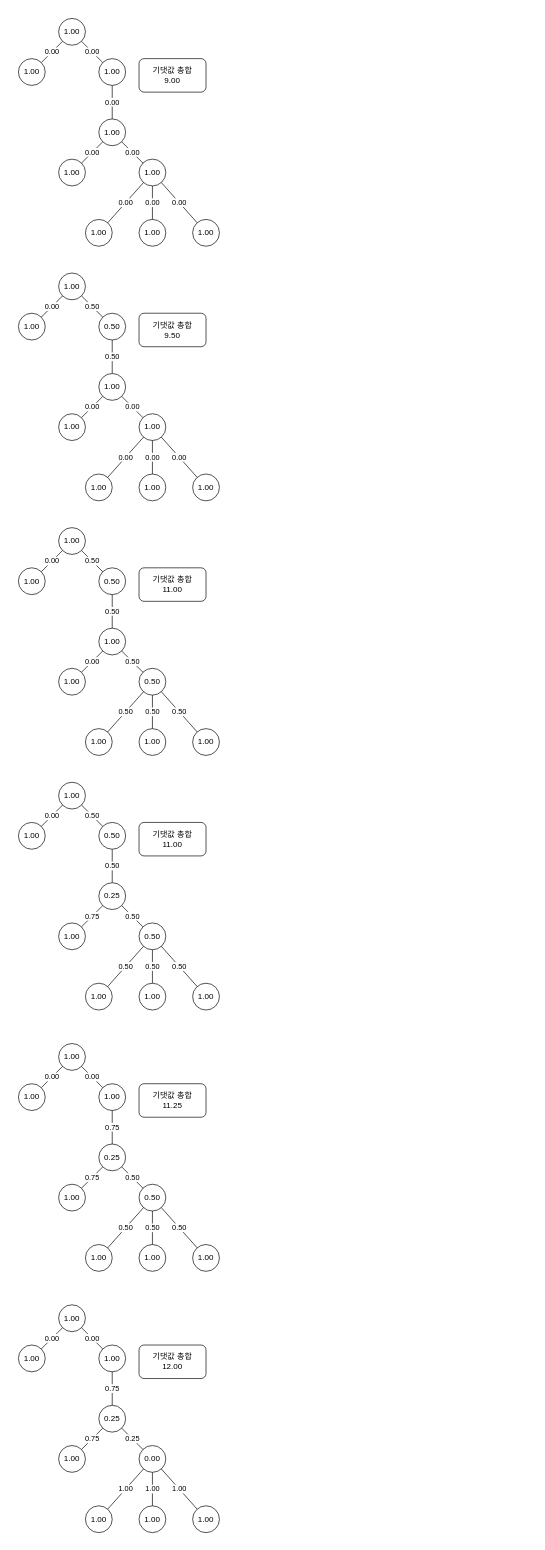
This is 2024_BOJ/drawio/25489.drawio from celbeing/PS_STUDY, a draw.io file, before an edit. Source tidied: cells renumbered, new cells numbered last; positions are measured from the earlier drawing's top-left corner, leaving out a move shared by most shapes. Both pictures are drawn from the tidied source at 67%, with x=0, y=0 at pixel (11, 11).
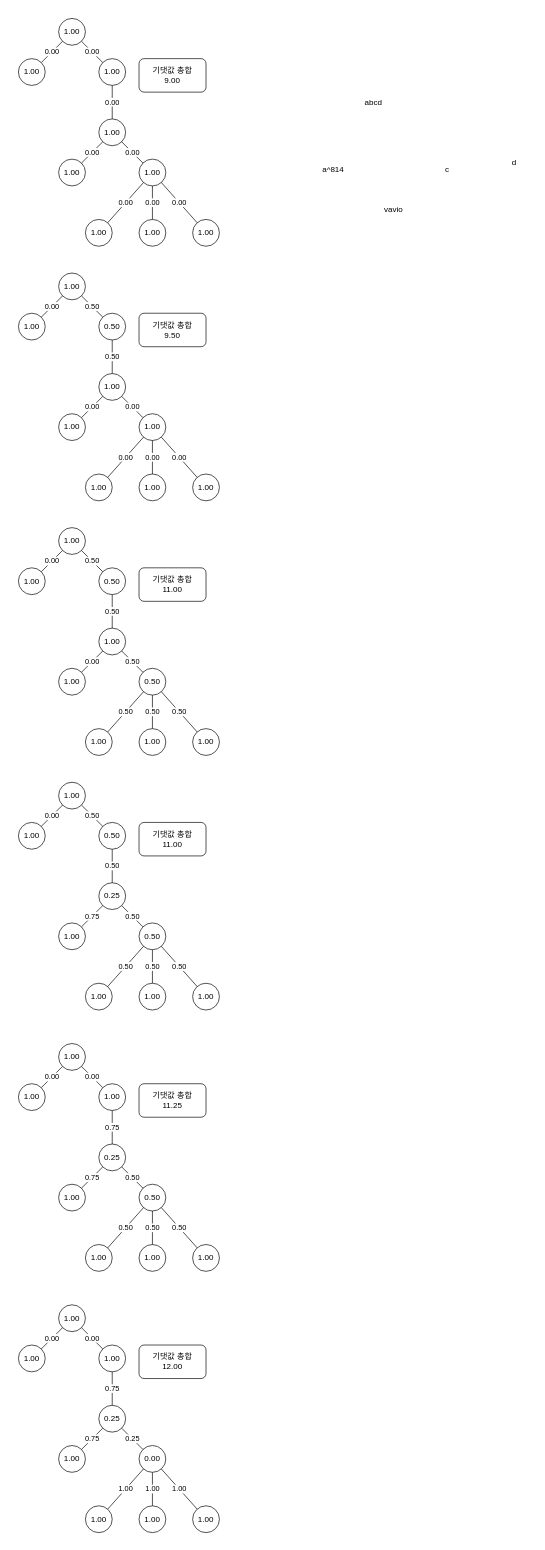
After the change.

Diff of the diagram source:
```diff
@@
+    <mxCell id="128" value="abcd" style="text;html=1;align=center;verticalAlign=middle;whiteSpace=wrap;rounded=0;" parent="1" vertex="1">
+      <mxGeometry x="510" y="120" width="60" height="30" as="geometry" />
+    </mxCell>
+    <mxCell id="129" value="vavio" style="text;html=1;align=center;verticalAlign=middle;whiteSpace=wrap;rounded=0;" parent="1" vertex="1">
+      <mxGeometry x="540" y="280" width="60" height="30" as="geometry" />
+    </mxCell>
+    <mxCell id="130" value="a^814" style="text;html=1;align=center;verticalAlign=middle;whiteSpace=wrap;rounded=0;" parent="1" vertex="1">
+      <mxGeometry x="450" y="220" width="60" height="30" as="geometry" />
+    </mxCell>
+    <mxCell id="131" value="c" style="text;html=1;align=center;verticalAlign=middle;whiteSpace=wrap;rounded=0;" parent="1" vertex="1">
+      <mxGeometry x="620" y="220" width="60" height="30" as="geometry" />
+    </mxCell>
+    <mxCell id="132" value="d" style="text;html=1;align=center;verticalAlign=middle;whiteSpace=wrap;rounded=0;" parent="1" vertex="1">
+      <mxGeometry x="720" y="210" width="60" height="30" as="geometry" />
+    </mxCell>
```
